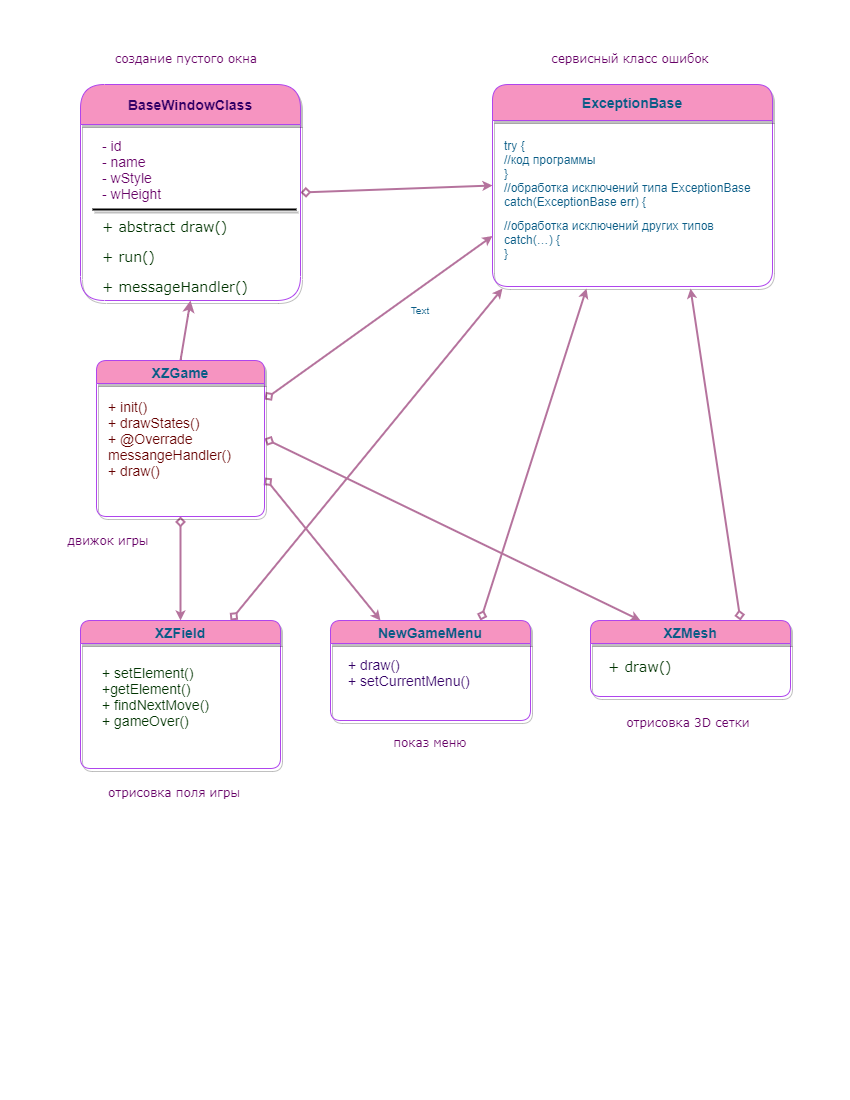
The draw.io diagram chapter_005/Крестики-нолики. Тестовое задание. [.drawio.png in EkaterinaKalashnikova/job4j_design, before a commit. Source tidied: cells renumbered, new cells last; positions are measured from the earlier drawing's top-left corner, leaving out a move shared by most shapes. Its diagram source:
```xml
<mxGraphModel>
  <root>
    <mxCell id="0" />
    <mxCell id="1" parent="0" />
    <mxCell id="2" style="edgeStyle=none;rounded=0;jettySize=auto;html=1;exitX=1;exitY=0.5;exitDx=0;exitDy=0;entryX=0;entryY=0.5;entryDx=0;entryDy=0;fontColor=#095C86;startArrow=diamond;startFill=0;endArrow=classic;endFill=1;sourcePerimeterSpacing=8;targetPerimeterSpacing=8;strokeColor=#B5739D;strokeWidth=2;fillColor=#F694C1;jumpSize=8;endSize=4;" parent="1" edge="1" source="3" target="17">
      <mxGeometry relative="1" as="geometry" />
    </mxCell>
    <mxCell id="3" value="BaseWindowClass" style="swimlane;shadow=1;hachureGap=4;fillColor=#F694C1;strokeColor=#AF45ED;fontColor=#330066;rounded=1;startSize=40;arcSize=20;whiteSpace=wrap;fontSize=14;" parent="1" vertex="1">
      <mxGeometry x="32" y="36" width="220" height="216" as="geometry" />
    </mxCell>
    <mxCell id="4" value="- id&lt;br style=&quot;font-size: 14px;&quot;&gt;- name&lt;br style=&quot;font-size: 14px;&quot;&gt;- wStyle&lt;br style=&quot;font-size: 14px;&quot;&gt;- wHeight" style="text;html=1;strokeColor=none;fillColor=none;align=left;verticalAlign=middle;whiteSpace=wrap;rounded=0;shadow=1;hachureGap=4;fontColor=#660066;startSize=40;rotation=0;fontSize=14;" parent="3" vertex="1">
      <mxGeometry x="20" y="50" width="180" height="70" as="geometry" />
    </mxCell>
    <mxCell id="5" value="&lt;p style=&quot;font-size: 14px;&quot;&gt;&lt;font style=&quot;font-size: 14px;&quot;&gt;&lt;span style=&quot;font-size: 14px;&quot;&gt;+ abstract draw()&lt;/span&gt;&lt;/font&gt;&lt;/p&gt;&lt;p style=&quot;font-size: 14px;&quot;&gt;&lt;font style=&quot;font-size: 14px;&quot;&gt;&lt;span style=&quot;font-size: 14px;&quot;&gt;+ run()&lt;/span&gt;&lt;/font&gt;&lt;/p&gt;&lt;p style=&quot;font-size: 14px;&quot;&gt;&lt;font style=&quot;font-size: 14px;&quot;&gt;&lt;span style=&quot;font-size: 14px; line-height: 70%;&quot;&gt;+ messageHandler()&lt;/span&gt;&lt;/font&gt;&lt;/p&gt;" style="text;html=1;strokeColor=none;fillColor=none;align=left;verticalAlign=middle;whiteSpace=wrap;rounded=0;shadow=1;hachureGap=4;fontSize=14;fontColor=#003300;startSize=40;fontFamily=Verdana;" parent="3" vertex="1">
      <mxGeometry x="20" y="144" width="200" height="56" as="geometry" />
    </mxCell>
    <mxCell id="6" style="line;strokeWidth=2;html=1;hachureGap=4;rounded=1;shadow=1;fontFamily=Verdana;fontSize=14;fontColor=#330066;startSize=40;fillColor=#F694C1;align=left;verticalAlign=top;" parent="3" vertex="1">
      <mxGeometry x="12" y="120" width="204" height="10" as="geometry" />
    </mxCell>
    <mxCell id="7" style="edgeStyle=none;curved=1;jettySize=auto;html=1;exitX=0.5;exitY=0;exitDx=0;exitDy=0;entryX=0.5;entryY=1;entryDx=0;entryDy=0;endArrow=classic;sourcePerimeterSpacing=8;targetPerimeterSpacing=8;strokeColor=#B5739D;fontColor=#095C86;endFill=1;strokeWidth=2;" parent="1" edge="1" source="12" target="3">
      <mxGeometry relative="1" as="geometry" />
    </mxCell>
    <mxCell id="8" style="edgeStyle=none;rounded=0;jumpSize=8;jettySize=auto;html=1;exitX=0.5;exitY=1;exitDx=0;exitDy=0;entryX=0.5;entryY=0;entryDx=0;entryDy=0;fontColor=#095C86;startArrow=diamond;startFill=0;endArrow=classic;endFill=1;endSize=4;sourcePerimeterSpacing=8;targetPerimeterSpacing=8;strokeColor=#B5739D;strokeWidth=2;fillColor=#F694C1;" parent="1" edge="1" source="12" target="15">
      <mxGeometry relative="1" as="geometry" />
    </mxCell>
    <mxCell id="9" style="edgeStyle=none;rounded=0;jumpSize=8;jettySize=auto;html=1;exitX=1;exitY=0.25;exitDx=0;exitDy=0;entryX=0;entryY=0.75;entryDx=0;entryDy=0;fontColor=#095C86;startArrow=diamond;startFill=0;endArrow=classic;endFill=1;endSize=4;sourcePerimeterSpacing=8;targetPerimeterSpacing=8;strokeColor=#B5739D;strokeWidth=2;fillColor=#F694C1;" parent="1" edge="1" source="12" target="17">
      <mxGeometry relative="1" as="geometry" />
    </mxCell>
    <mxCell id="10" style="edgeStyle=none;rounded=0;jumpSize=8;jettySize=auto;html=1;exitX=1;exitY=0.5;exitDx=0;exitDy=0;entryX=0.25;entryY=0;entryDx=0;entryDy=0;fontColor=#095C86;startArrow=diamond;startFill=0;endArrow=classic;endFill=1;endSize=4;sourcePerimeterSpacing=8;targetPerimeterSpacing=8;strokeColor=#B5739D;strokeWidth=2;fillColor=#F694C1;" parent="1" edge="1" source="12" target="24">
      <mxGeometry relative="1" as="geometry" />
    </mxCell>
    <mxCell id="11" style="edgeStyle=none;rounded=0;jumpSize=8;jettySize=auto;html=1;exitX=1;exitY=0.75;exitDx=0;exitDy=0;entryX=0.25;entryY=0;entryDx=0;entryDy=0;fontColor=#095C86;startArrow=diamond;startFill=0;endArrow=classic;endFill=1;endSize=4;sourcePerimeterSpacing=8;targetPerimeterSpacing=8;strokeColor=#B5739D;strokeWidth=2;fillColor=#F694C1;" parent="1" edge="1" source="12" target="21">
      <mxGeometry relative="1" as="geometry" />
    </mxCell>
    <mxCell id="12" value="XZGame" style="swimlane;shadow=1;hachureGap=4;fillColor=#F694C1;strokeColor=#AF45ED;fontColor=#095C86;rounded=1;fontSize=14;" parent="1" vertex="1">
      <mxGeometry x="48" y="312" width="168" height="156" as="geometry" />
    </mxCell>
    <mxCell id="13" value="+ init()&lt;br&gt;+ drawStates()&lt;br&gt;+ @Overrade messangeHandler()&lt;br&gt;+ draw()" style="text;html=1;strokeColor=none;fillColor=none;align=left;verticalAlign=middle;whiteSpace=wrap;rounded=0;shadow=1;hachureGap=4;fontColor=#660000;startSize=40;fontSize=14;" parent="12" vertex="1">
      <mxGeometry x="10" y="24" width="168" height="108" as="geometry" />
    </mxCell>
    <mxCell id="14" style="edgeStyle=none;rounded=0;jumpSize=8;jettySize=auto;html=1;exitX=0.75;exitY=0;exitDx=0;exitDy=0;fontColor=#095C86;startArrow=diamond;startFill=0;endArrow=classic;endFill=1;endSize=4;sourcePerimeterSpacing=8;targetPerimeterSpacing=8;strokeColor=#B5739D;strokeWidth=2;fillColor=#F694C1;" parent="1" edge="1" source="15">
      <mxGeometry relative="1" as="geometry">
        <mxPoint x="454" y="240" as="targetPoint" />
      </mxGeometry>
    </mxCell>
    <mxCell id="15" value="XZField" style="swimlane;shadow=1;hachureGap=4;fillColor=#F694C1;strokeColor=#AF45ED;fontColor=#095C86;rounded=1;fontSize=14;" parent="1" vertex="1">
      <mxGeometry x="32" y="572" width="200" height="148" as="geometry" />
    </mxCell>
    <mxCell id="16" value="+ setElement()&lt;br&gt;+getElement()&lt;br&gt;+ findNextMove()&lt;br&gt;+ gameOver()" style="text;html=1;strokeColor=none;fillColor=none;align=left;verticalAlign=middle;whiteSpace=wrap;rounded=0;shadow=1;hachureGap=4;fontColor=#003300;startSize=40;fontSize=14;" parent="15" vertex="1">
      <mxGeometry x="20" y="16" width="156" height="120" as="geometry" />
    </mxCell>
    <mxCell id="17" value="ExceptionBase" style="swimlane;shadow=1;hachureGap=4;fillColor=#F694C1;strokeColor=#AF45ED;fontColor=#095C86;rounded=1;fontSize=14;startSize=36;" parent="1" vertex="1">
      <mxGeometry x="444" y="36" width="280" height="202" as="geometry" />
    </mxCell>
    <mxCell id="18" value="try {&#10;//код программы&#10;}&#10;//обработка исключений типа ExceptionBase&#10;catch(ExceptionBase err) {" style="text;whiteSpace=wrap;html=1;fontColor=#095C86;" parent="17" vertex="1">
      <mxGeometry x="10" y="48" width="270" height="80" as="geometry" />
    </mxCell>
    <mxCell id="19" value="//обработка исключений других типов&#10;catch(…) {&#10;}" style="text;whiteSpace=wrap;html=1;fontColor=#095C86;" parent="17" vertex="1">
      <mxGeometry x="10" y="128" width="240" height="70" as="geometry" />
    </mxCell>
    <mxCell id="20" style="edgeStyle=none;rounded=0;jumpSize=8;jettySize=auto;html=1;exitX=0.75;exitY=0;exitDx=0;exitDy=0;fontColor=#095C86;startArrow=diamond;startFill=0;endArrow=classic;endFill=1;endSize=4;sourcePerimeterSpacing=8;targetPerimeterSpacing=8;strokeColor=#B5739D;strokeWidth=2;fillColor=#F694C1;" parent="1" edge="1" source="21">
      <mxGeometry relative="1" as="geometry">
        <mxPoint x="538" y="240" as="targetPoint" />
      </mxGeometry>
    </mxCell>
    <mxCell id="21" value="NewGameMenu" style="swimlane;shadow=1;hachureGap=4;fillColor=#F694C1;strokeColor=#AF45ED;fontColor=#095C86;rounded=1;fontSize=14;" parent="1" vertex="1">
      <mxGeometry x="282" y="572" width="200" height="100" as="geometry" />
    </mxCell>
    <mxCell id="22" value="+ draw()&lt;br&gt;+ setCurrentMenu()" style="text;html=1;strokeColor=none;fillColor=none;align=left;verticalAlign=middle;whiteSpace=wrap;rounded=0;shadow=1;hachureGap=4;fontColor=#330066;startSize=40;fontSize=14;" parent="21" vertex="1">
      <mxGeometry x="16" y="4" width="168" height="96" as="geometry" />
    </mxCell>
    <mxCell id="23" style="edgeStyle=none;rounded=0;jumpSize=8;jettySize=auto;html=1;exitX=0.75;exitY=0;exitDx=0;exitDy=0;fontColor=#095C86;startArrow=diamond;startFill=0;endArrow=classic;endFill=1;endSize=4;sourcePerimeterSpacing=8;targetPerimeterSpacing=8;strokeColor=#B5739D;strokeWidth=2;fillColor=#F694C1;" parent="1" edge="1" source="24">
      <mxGeometry relative="1" as="geometry">
        <mxPoint x="642" y="240" as="targetPoint" />
      </mxGeometry>
    </mxCell>
    <mxCell id="24" value="XZMesh" style="swimlane;shadow=1;hachureGap=4;fillColor=#F694C1;strokeColor=#AF45ED;fontColor=#095C86;rounded=1;fontSize=14;" parent="1" vertex="1">
      <mxGeometry x="542" y="572" width="200" height="76" as="geometry" />
    </mxCell>
    <mxCell id="25" value="+ draw()" style="text;html=1;strokeColor=none;fillColor=none;align=left;verticalAlign=middle;whiteSpace=wrap;rounded=0;shadow=1;hachureGap=4;fontFamily=Verdana;fontSize=14;fontColor=#003300;startSize=40;" parent="24" vertex="1">
      <mxGeometry x="16" y="4" width="168" height="84" as="geometry" />
    </mxCell>
    <mxCell id="26" value="Text" style="text;html=1;strokeColor=none;fillColor=none;align=center;verticalAlign=middle;whiteSpace=wrap;rounded=0;shadow=1;hachureGap=4;fontSize=10;fontColor=#095C86;startSize=40;" parent="1" vertex="1">
      <mxGeometry x="352" y="252" width="40" height="20" as="geometry" />
    </mxCell>
    <mxCell id="27" value="создание пустого окна" style="text;html=1;strokeColor=none;fillColor=none;align=center;verticalAlign=middle;whiteSpace=wrap;rounded=0;shadow=1;hachureGap=4;fontFamily=Verdana;fontSize=12;fontColor=#660066;startSize=40;" parent="1" vertex="1">
      <mxGeometry x="36" width="204" height="20" as="geometry" />
    </mxCell>
    <mxCell id="28" value="движок игры" style="text;html=1;strokeColor=none;fillColor=none;align=center;verticalAlign=middle;whiteSpace=wrap;rounded=0;shadow=1;hachureGap=4;fontFamily=Verdana;fontSize=12;fontColor=#660066;startSize=40;" parent="1" vertex="1">
      <mxGeometry y="482" width="120" height="20" as="geometry" />
    </mxCell>
    <mxCell id="29" value="сервисный класс ошибок" style="text;html=1;strokeColor=none;fillColor=none;align=center;verticalAlign=middle;whiteSpace=wrap;rounded=0;shadow=1;hachureGap=4;fontFamily=Verdana;fontSize=12;fontColor=#660066;startSize=40;" parent="1" vertex="1">
      <mxGeometry x="456" width="252" height="20" as="geometry" />
    </mxCell>
    <mxCell id="30" value="отрисовка поля игры" style="text;html=1;strokeColor=none;fillColor=none;align=center;verticalAlign=middle;whiteSpace=wrap;rounded=0;shadow=1;hachureGap=4;fontFamily=Verdana;fontSize=12;fontColor=#660066;startSize=40;" parent="1" vertex="1">
      <mxGeometry x="36" y="732" width="180" height="24" as="geometry" />
    </mxCell>
    <mxCell id="31" value="показ меню&amp;nbsp;" style="text;html=1;strokeColor=none;fillColor=none;align=center;verticalAlign=middle;whiteSpace=wrap;rounded=0;shadow=1;hachureGap=4;fontFamily=Verdana;fontSize=12;fontColor=#660066;startSize=40;" parent="1" vertex="1">
      <mxGeometry x="288" y="684" width="192" height="20" as="geometry" />
    </mxCell>
    <mxCell id="32" value="отрисовка 3D сетки&amp;nbsp;" style="text;html=1;strokeColor=none;fillColor=none;align=center;verticalAlign=middle;whiteSpace=wrap;rounded=0;shadow=1;hachureGap=4;fontFamily=Verdana;fontSize=12;fontColor=#660066;startSize=40;" parent="1" vertex="1">
      <mxGeometry x="546" y="664" width="192" height="20" as="geometry" />
    </mxCell>
  </root>
</mxGraphModel>
```
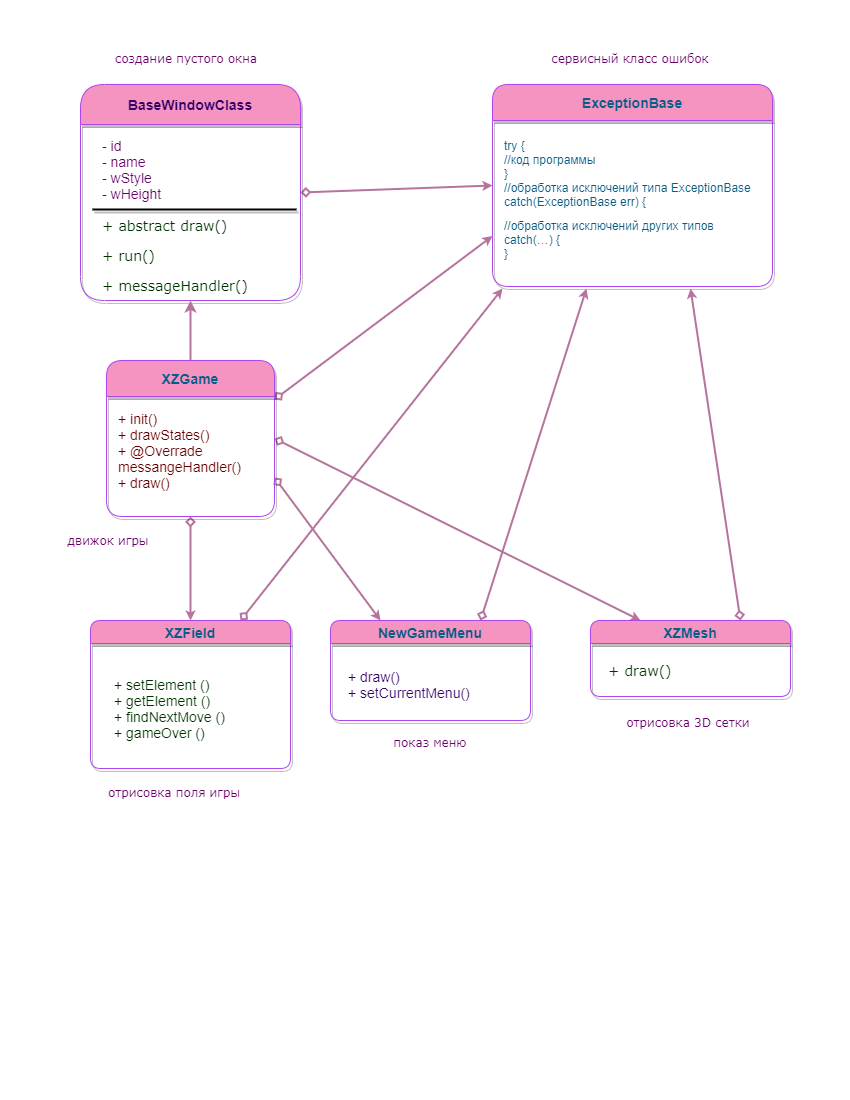
After the commit.

What changed in the source:
```diff
@@ -12,7 +12,7 @@
       <mxGeometry x="20" y="50" width="180" height="70" as="geometry" />
     </mxCell>
     <mxCell id="5" value="&lt;p style=&quot;font-size: 14px;&quot;&gt;&lt;font style=&quot;font-size: 14px;&quot;&gt;&lt;span style=&quot;font-size: 14px;&quot;&gt;+ abstract draw()&lt;/span&gt;&lt;/font&gt;&lt;/p&gt;&lt;p style=&quot;font-size: 14px;&quot;&gt;&lt;font style=&quot;font-size: 14px;&quot;&gt;&lt;span style=&quot;font-size: 14px;&quot;&gt;+ run()&lt;/span&gt;&lt;/font&gt;&lt;/p&gt;&lt;p style=&quot;font-size: 14px;&quot;&gt;&lt;font style=&quot;font-size: 14px;&quot;&gt;&lt;span style=&quot;font-size: 14px; line-height: 70%;&quot;&gt;+ messageHandler()&lt;/span&gt;&lt;/font&gt;&lt;/p&gt;" style="text;html=1;strokeColor=none;fillColor=none;align=left;verticalAlign=middle;whiteSpace=wrap;rounded=0;shadow=1;hachureGap=4;fontSize=14;fontColor=#003300;startSize=40;fontFamily=Verdana;" parent="3" vertex="1">
-      <mxGeometry x="20" y="144" width="200" height="56" as="geometry" />
+      <mxGeometry x="20" y="143" width="200" height="56" as="geometry" />
     </mxCell>
     <mxCell id="6" style="line;strokeWidth=2;html=1;hachureGap=4;rounded=1;shadow=1;fontFamily=Verdana;fontSize=14;fontColor=#330066;startSize=40;fillColor=#F694C1;align=left;verticalAlign=top;" parent="3" vertex="1">
       <mxGeometry x="12" y="120" width="204" height="10" as="geometry" />
@@ -32,11 +32,11 @@
     <mxCell id="11" style="edgeStyle=none;rounded=0;jumpSize=8;jettySize=auto;html=1;exitX=1;exitY=0.75;exitDx=0;exitDy=0;entryX=0.25;entryY=0;entryDx=0;entryDy=0;fontColor=#095C86;startArrow=diamond;startFill=0;endArrow=classic;endFill=1;endSize=4;sourcePerimeterSpacing=8;targetPerimeterSpacing=8;strokeColor=#B5739D;strokeWidth=2;fillColor=#F694C1;" parent="1" edge="1" source="12" target="21">
       <mxGeometry relative="1" as="geometry" />
     </mxCell>
-    <mxCell id="12" value="XZGame" style="swimlane;shadow=1;hachureGap=4;fillColor=#F694C1;strokeColor=#AF45ED;fontColor=#095C86;rounded=1;fontSize=14;" parent="1" vertex="1">
-      <mxGeometry x="48" y="312" width="168" height="156" as="geometry" />
+    <mxCell id="12" value="XZGame" style="swimlane;shadow=1;hachureGap=4;fillColor=#F694C1;strokeColor=#AF45ED;fontColor=#095C86;rounded=1;fontSize=14;startSize=36;" parent="1" vertex="1">
+      <mxGeometry x="58" y="312" width="168" height="156" as="geometry" />
     </mxCell>
     <mxCell id="13" value="+ init()&lt;br&gt;+ drawStates()&lt;br&gt;+ @Overrade messangeHandler()&lt;br&gt;+ draw()" style="text;html=1;strokeColor=none;fillColor=none;align=left;verticalAlign=middle;whiteSpace=wrap;rounded=0;shadow=1;hachureGap=4;fontColor=#660000;startSize=40;fontSize=14;" parent="12" vertex="1">
-      <mxGeometry x="10" y="24" width="168" height="108" as="geometry" />
+      <mxGeometry x="10" y="36" width="168" height="108" as="geometry" />
     </mxCell>
     <mxCell id="14" style="edgeStyle=none;rounded=0;jumpSize=8;jettySize=auto;html=1;exitX=0.75;exitY=0;exitDx=0;exitDy=0;fontColor=#095C86;startArrow=diamond;startFill=0;endArrow=classic;endFill=1;endSize=4;sourcePerimeterSpacing=8;targetPerimeterSpacing=8;strokeColor=#B5739D;strokeWidth=2;fillColor=#F694C1;" parent="1" edge="1" source="15">
       <mxGeometry relative="1" as="geometry">
@@ -44,10 +44,10 @@
       </mxGeometry>
     </mxCell>
     <mxCell id="15" value="XZField" style="swimlane;shadow=1;hachureGap=4;fillColor=#F694C1;strokeColor=#AF45ED;fontColor=#095C86;rounded=1;fontSize=14;" parent="1" vertex="1">
-      <mxGeometry x="32" y="572" width="200" height="148" as="geometry" />
+      <mxGeometry x="42" y="572" width="200" height="148" as="geometry" />
     </mxCell>
-    <mxCell id="16" value="+ setElement()&lt;br&gt;+getElement()&lt;br&gt;+ findNextMove()&lt;br&gt;+ gameOver()" style="text;html=1;strokeColor=none;fillColor=none;align=left;verticalAlign=middle;whiteSpace=wrap;rounded=0;shadow=1;hachureGap=4;fontColor=#003300;startSize=40;fontSize=14;" parent="15" vertex="1">
-      <mxGeometry x="20" y="16" width="156" height="120" as="geometry" />
+    <mxCell id="16" value="+ setElement () &lt;br&gt;+ getElement () &lt;br&gt;+ findNextMove () &lt;br&gt;+ gameOver ()" style="text;html=1;strokeColor=none;fillColor=none;align=left;verticalAlign=middle;whiteSpace=wrap;rounded=0;shadow=1;hachureGap=4;fontColor=#003300;startSize=40;fontSize=14;" parent="15" vertex="1">
+      <mxGeometry x="22" y="28" width="156" height="120" as="geometry" />
     </mxCell>
     <mxCell id="17" value="ExceptionBase" style="swimlane;shadow=1;hachureGap=4;fillColor=#F694C1;strokeColor=#AF45ED;fontColor=#095C86;rounded=1;fontSize=14;startSize=36;" parent="1" vertex="1">
       <mxGeometry x="444" y="36" width="280" height="202" as="geometry" />
@@ -67,7 +67,7 @@
       <mxGeometry x="282" y="572" width="200" height="100" as="geometry" />
     </mxCell>
     <mxCell id="22" value="+ draw()&lt;br&gt;+ setCurrentMenu()" style="text;html=1;strokeColor=none;fillColor=none;align=left;verticalAlign=middle;whiteSpace=wrap;rounded=0;shadow=1;hachureGap=4;fontColor=#330066;startSize=40;fontSize=14;" parent="21" vertex="1">
-      <mxGeometry x="16" y="4" width="168" height="96" as="geometry" />
+      <mxGeometry x="16" y="16" width="168" height="96" as="geometry" />
     </mxCell>
     <mxCell id="23" style="edgeStyle=none;rounded=0;jumpSize=8;jettySize=auto;html=1;exitX=0.75;exitY=0;exitDx=0;exitDy=0;fontColor=#095C86;startArrow=diamond;startFill=0;endArrow=classic;endFill=1;endSize=4;sourcePerimeterSpacing=8;targetPerimeterSpacing=8;strokeColor=#B5739D;strokeWidth=2;fillColor=#F694C1;" parent="1" edge="1" source="24">
       <mxGeometry relative="1" as="geometry">
@@ -78,11 +78,8 @@
       <mxGeometry x="542" y="572" width="200" height="76" as="geometry" />
     </mxCell>
     <mxCell id="25" value="+ draw()" style="text;html=1;strokeColor=none;fillColor=none;align=left;verticalAlign=middle;whiteSpace=wrap;rounded=0;shadow=1;hachureGap=4;fontFamily=Verdana;fontSize=14;fontColor=#003300;startSize=40;" parent="24" vertex="1">
-      <mxGeometry x="16" y="4" width="168" height="84" as="geometry" />
+      <mxGeometry x="16" y="8" width="168" height="84" as="geometry" />
     </mxCell>
-    <mxCell id="26" value="Text" style="text;html=1;strokeColor=none;fillColor=none;align=center;verticalAlign=middle;whiteSpace=wrap;rounded=0;shadow=1;hachureGap=4;fontSize=10;fontColor=#095C86;startSize=40;" parent="1" vertex="1">
-      <mxGeometry x="352" y="252" width="40" height="20" as="geometry" />
-    </mxCell>
     <mxCell id="27" value="создание пустого окна" style="text;html=1;strokeColor=none;fillColor=none;align=center;verticalAlign=middle;whiteSpace=wrap;rounded=0;shadow=1;hachureGap=4;fontFamily=Verdana;fontSize=12;fontColor=#660066;startSize=40;" parent="1" vertex="1">
       <mxGeometry x="36" width="204" height="20" as="geometry" />
     </mxCell>
```
